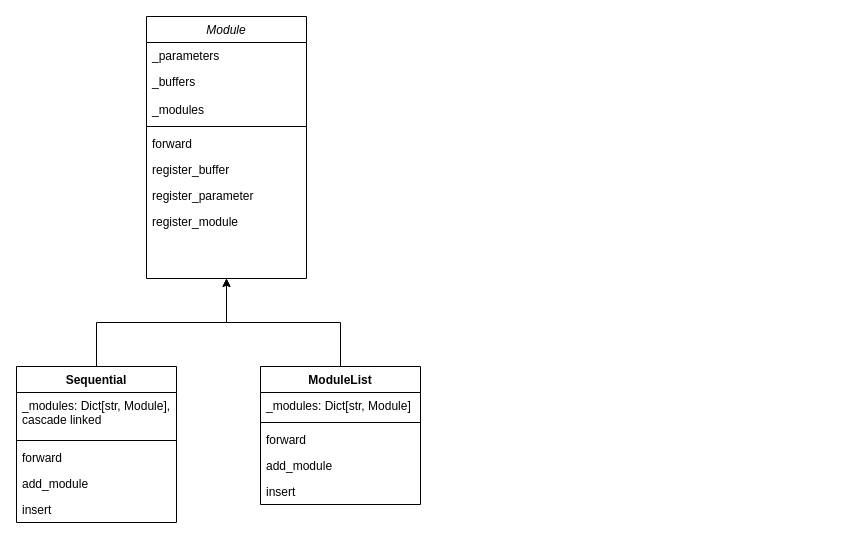
This is page "learn ait code" (1 of 2) of ait code learn.drawio from shaojiewang/ait_learn, a draw.io file, before an edit. Source tidied: cells renumbered, new cells numbered last; positions are measured from the earlier drawing's top-left corner, leaving out a move shared by most shapes. Both pictures are drawn from the tidied source at 100%, with x=0, y=0 at pixel (16, 16).
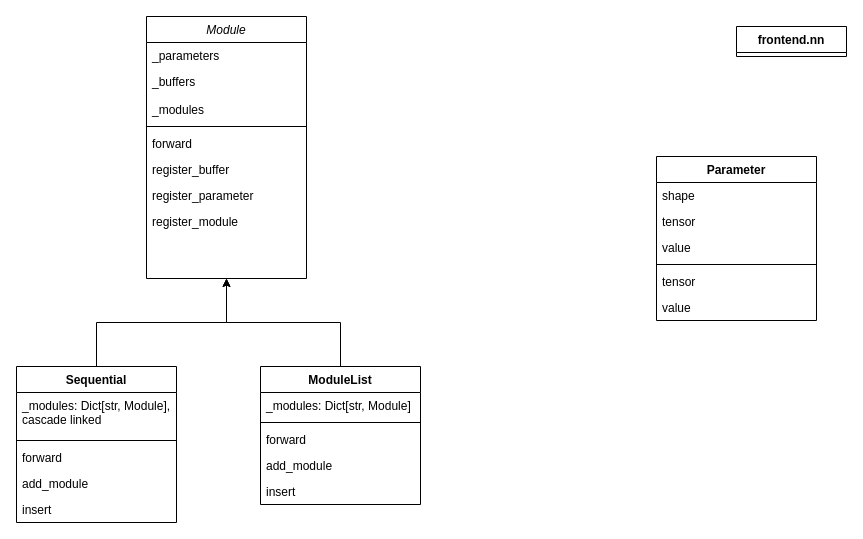
Above is the later version.

The edit, as a diff of the source:
```diff
@@
+    <mxCell id="25" value="frontend.nn" style="swimlane;fontStyle=1;align=center;verticalAlign=top;horizontal=1;startSize=26;" parent="1" vertex="1" collapsed="1">
+      <mxGeometry x="720" y="10" width="110" height="30" as="geometry" />
+    </mxCell>
+    <mxCell id="26" value="Parameter" style="swimlane;fontStyle=1;align=center;verticalAlign=top;horizontal=1;startSize=26;" parent="1" vertex="1">
+      <mxGeometry x="640" y="140" width="160" height="164" as="geometry" />
+    </mxCell>
+    <mxCell id="27" value="shape" style="text;strokeColor=none;fillColor=none;align=left;verticalAlign=top;spacingLeft=4;spacingRight=4;overflow=hidden;" parent="26" vertex="1">
+      <mxGeometry y="26" width="160" height="26" as="geometry" />
+    </mxCell>
+    <mxCell id="28" value="tensor" style="text;strokeColor=none;fillColor=none;align=left;verticalAlign=top;spacingLeft=4;spacingRight=4;overflow=hidden;" parent="26" vertex="1">
+      <mxGeometry y="52" width="160" height="26" as="geometry" />
+    </mxCell>
+    <mxCell id="29" value="value" style="text;strokeColor=none;fillColor=none;align=left;verticalAlign=top;spacingLeft=4;spacingRight=4;overflow=hidden;" parent="26" vertex="1">
+      <mxGeometry y="78" width="160" height="26" as="geometry" />
+    </mxCell>
+    <mxCell id="30" style="line;strokeWidth=1;fillColor=none;align=left;verticalAlign=middle;spacingTop=-1;spacingLeft=3;spacingRight=3;labelPosition=right;strokeColor=inherit;" parent="26" vertex="1">
+      <mxGeometry y="104" width="160" height="8" as="geometry" />
+    </mxCell>
+    <mxCell id="31" value="tensor" style="text;strokeColor=none;fillColor=none;align=left;verticalAlign=top;spacingLeft=4;spacingRight=4;overflow=hidden;" parent="26" vertex="1">
+      <mxGeometry y="112" width="160" height="26" as="geometry" />
+    </mxCell>
+    <mxCell id="32" value="value" style="text;strokeColor=none;fillColor=none;align=left;verticalAlign=top;spacingLeft=4;spacingRight=4;overflow=hidden;" parent="26" vertex="1">
+      <mxGeometry y="138" width="160" height="26" as="geometry" />
+    </mxCell>
```
